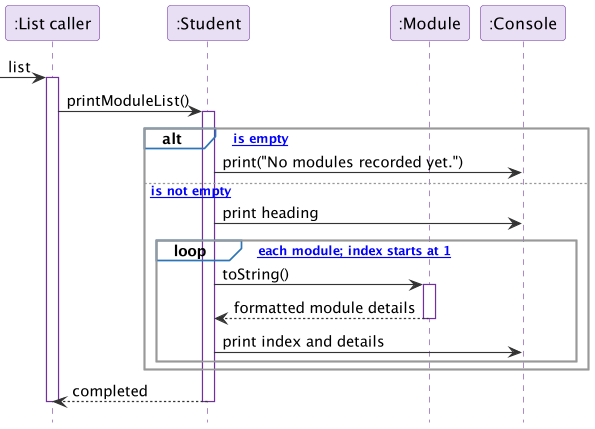
Above: docs/images/ListModulesSequence.png in AY2627S1-CS2113-T11-2/tp (PlantUML), before the change.
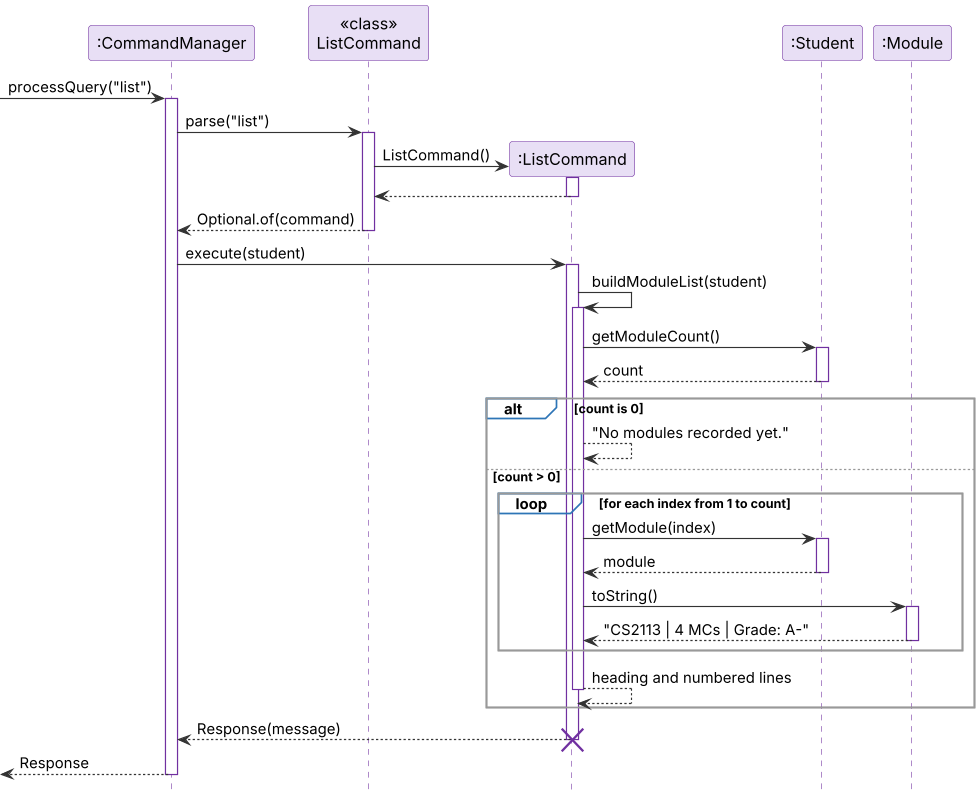
After the change.

The edit, as a diff of the source:
```diff
@@ -1,26 +1,37 @@
 @startuml
 !include style.puml
-participant ":List caller" as C
+
+participant ":CommandManager" as CM
+participant "<<class>>\nListCommand" as LC
+participant ":ListCommand" as L
 participant ":Student" as S
 participant ":Module" as M
-participant ":Console" as O
-[-> C : list
-activate C
-C -> S : printModuleList()
-activate S
-alt [moduleList is empty]
-  S -> O : print("No modules recorded yet.")
-else [moduleList is not empty]
-  S -> O : print heading
-  loop [for each module; index starts at 1]
-    S -> M : toString()
-    activate M
-    M --> S : formatted module details
-    deactivate M
-    S -> O : print index and details
-  end
+
+[-> CM ++ : processQuery("list")
+CM -> LC ++ : parse("list")
+create L
+LC -> L : ListCommand()
+activate L
+L --> LC
+deactivate L
+LC --> CM -- : Optional.of(command)
+
+CM -> L ++ : execute(student)
+L -> L ++ : buildModuleList(student)
+L -> S ++ : getModuleCount()
+S --> L -- : count
+alt count is 0
+    L --> L : "No modules recorded yet."
+else count > 0
+    loop for each index from 1 to count
+        L -> S ++ : getModule(index)
+        S --> L -- : module
+        L -> M ++ : toString()
+        M --> L -- : "CS2113 | 4 MCs | Grade: A-"
+    end
+    L --> L -- : heading and numbered lines
 end
-S --> C : completed
-deactivate S
-deactivate C
+L --> CM -- : Response(message)
+destroy L
+[<-- CM -- : Response
 @enduml
```
